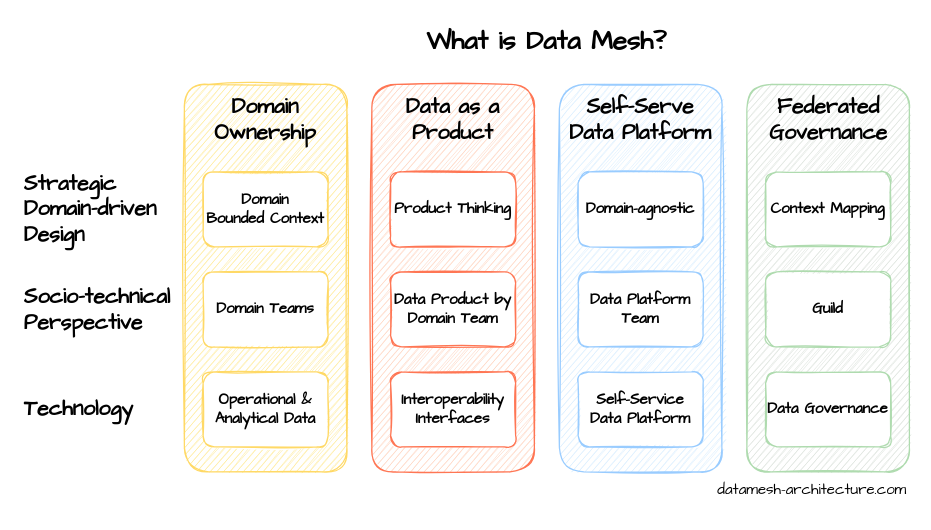
datamesh-architecture/datamesh-architecture.com keeps this draw.io diagram as diagrams/datamesh.drawio. Above is the earlier version. Source tidied: cells renumbered, new cells numbered last; positions are measured from the earlier drawing's top-left corner, leaving out a move shared by most shapes. Both pictures are drawn from the tidied source at 125%, with x=0, y=0 at pixel (21, 21).
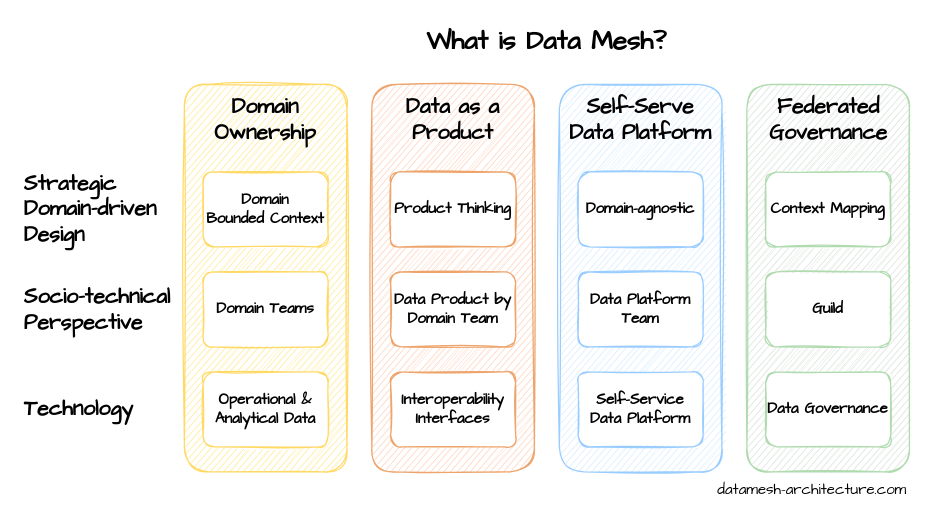
The same page after the edit.

The edit, as a diff of the source:
```diff
@@
-    <mxCell id="7" style="rounded=1;whiteSpace=wrap;html=1;sketch=1;fillColor=#FFD4BF;strokeColor=#FF7654;strokeWidth=1;fontStyle=1;fillStyle=hachure;" parent="1" vertex="1">
+    <mxCell id="7" style="rounded=1;whiteSpace=wrap;html=1;sketch=1;fillColor=#FFD4BF;strokeColor=#EDA56D;strokeWidth=1;fontStyle=1;fillStyle=hachure;" parent="1" vertex="1">
       <mxGeometry x="280" y="50" width="130" height="310" as="geometry" />
     </mxCell>
@@
-    <mxCell id="9" value="Product Thinking" style="rounded=1;whiteSpace=wrap;html=1;sketch=1;fontFamily=Architects Daughter;strokeColor=#FF7654;fontStyle=1;fontSize=12;" parent="1" vertex="1">
+    <mxCell id="9" value="Product Thinking" style="rounded=1;whiteSpace=wrap;html=1;sketch=1;fontFamily=Architects Daughter;strokeColor=#EDA56D;fontStyle=1;fontSize=12;" parent="1" vertex="1">
       <mxGeometry x="295" y="120" width="100" height="60" as="geometry" />
     </mxCell>
-    <mxCell id="10" value="Data Product by Domain Team" style="rounded=1;whiteSpace=wrap;html=1;sketch=1;fontFamily=Architects Daughter;strokeColor=#FF7654;fontStyle=1;fontSize=12;" parent="1" vertex="1">
+    <mxCell id="10" value="Data Product by Domain Team" style="rounded=1;whiteSpace=wrap;html=1;sketch=1;fontFamily=Architects Daughter;strokeColor=#EDA56D;fontStyle=1;fontSize=12;" parent="1" vertex="1">
       <mxGeometry x="295" y="200" width="100" height="60" as="geometry" />
     </mxCell>
-    <mxCell id="11" value="Interoperability Interfaces" style="rounded=1;whiteSpace=wrap;html=1;sketch=1;fontFamily=Architects Daughter;strokeColor=#FF7654;fontStyle=1;fontSize=12;" parent="1" vertex="1">
+    <mxCell id="11" value="Interoperability Interfaces" style="rounded=1;whiteSpace=wrap;html=1;sketch=1;fontFamily=Architects Daughter;strokeColor=#EDA56D;fontStyle=1;fontSize=12;" parent="1" vertex="1">
       <mxGeometry x="295" y="280" width="100" height="60" as="geometry" />
     </mxCell>
```
